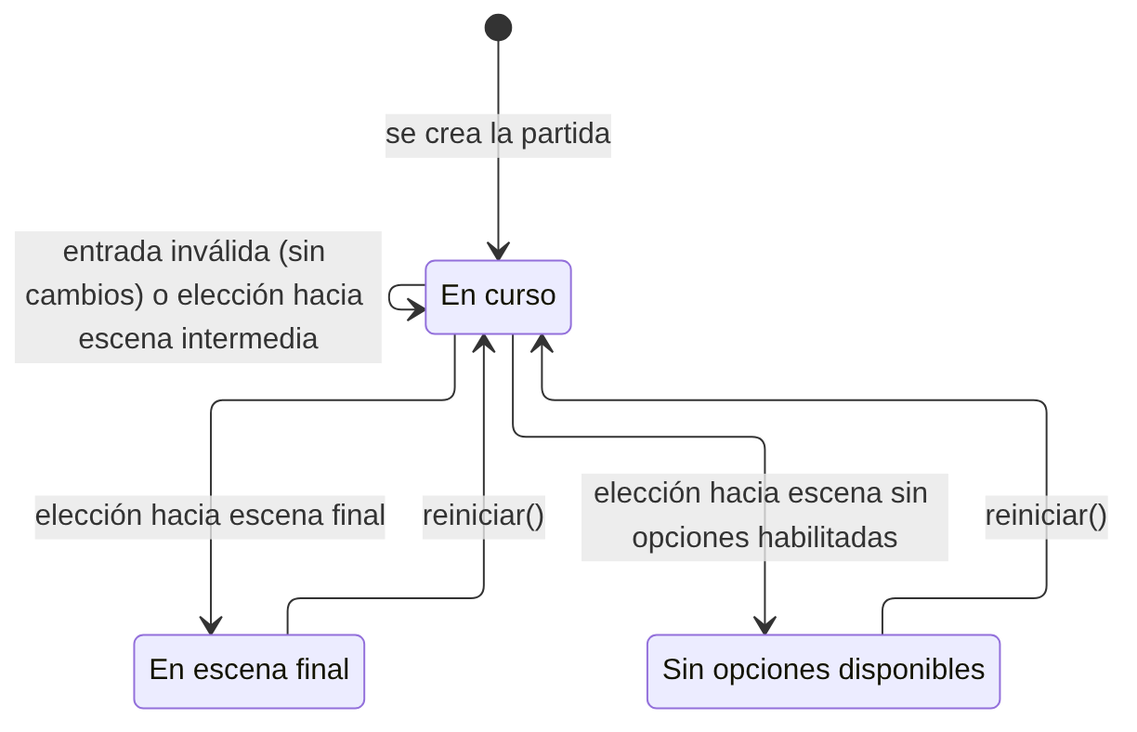
Above: docs/diagramas/estados_partida.png in 8alanct-hub/sistema_de_historias_interectativas (Mermaid), before the change. Its source is kept beside it as docs/diagramas/estados_partida.mmd.
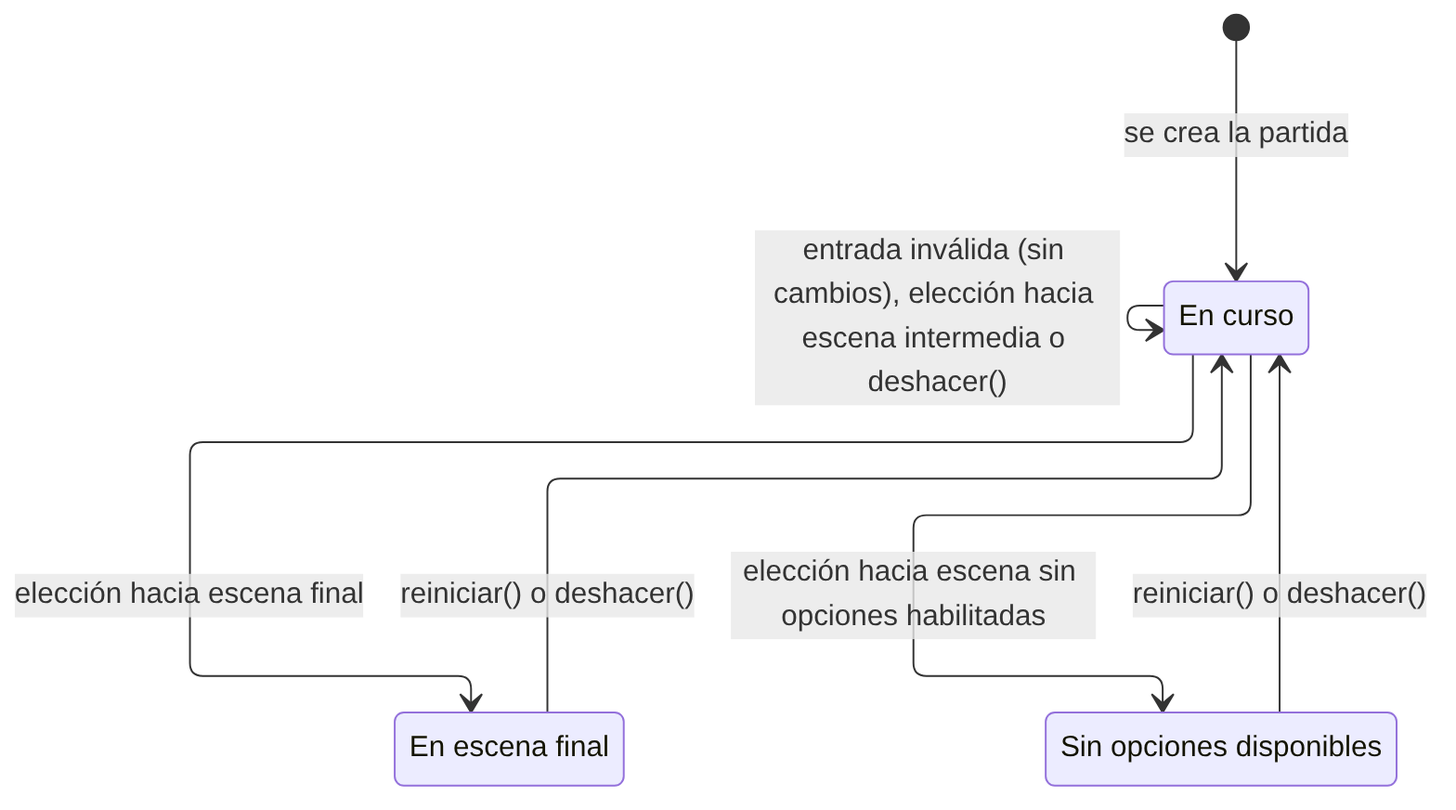
After the change.

The edit, as a diff of the source:
```diff
@@ -9,8 +9,8 @@
     state "Sin opciones disponibles" as SinOpciones
 
     [*] --> EnCurso : se crea la partida
-    EnCurso --> EnCurso : entrada inválida (sin cambios) o elección hacia escena intermedia
+    EnCurso --> EnCurso : entrada inválida (sin cambios), elección hacia escena intermedia o deshacer()
     EnCurso --> EnEscenaFinal : elección hacia escena final
     EnCurso --> SinOpciones : elección hacia escena sin opciones habilitadas
-    EnEscenaFinal --> EnCurso : reiniciar()
-    SinOpciones --> EnCurso : reiniciar()
+    EnEscenaFinal --> EnCurso : reiniciar() o deshacer()
+    SinOpciones --> EnCurso : reiniciar() o deshacer()
```
